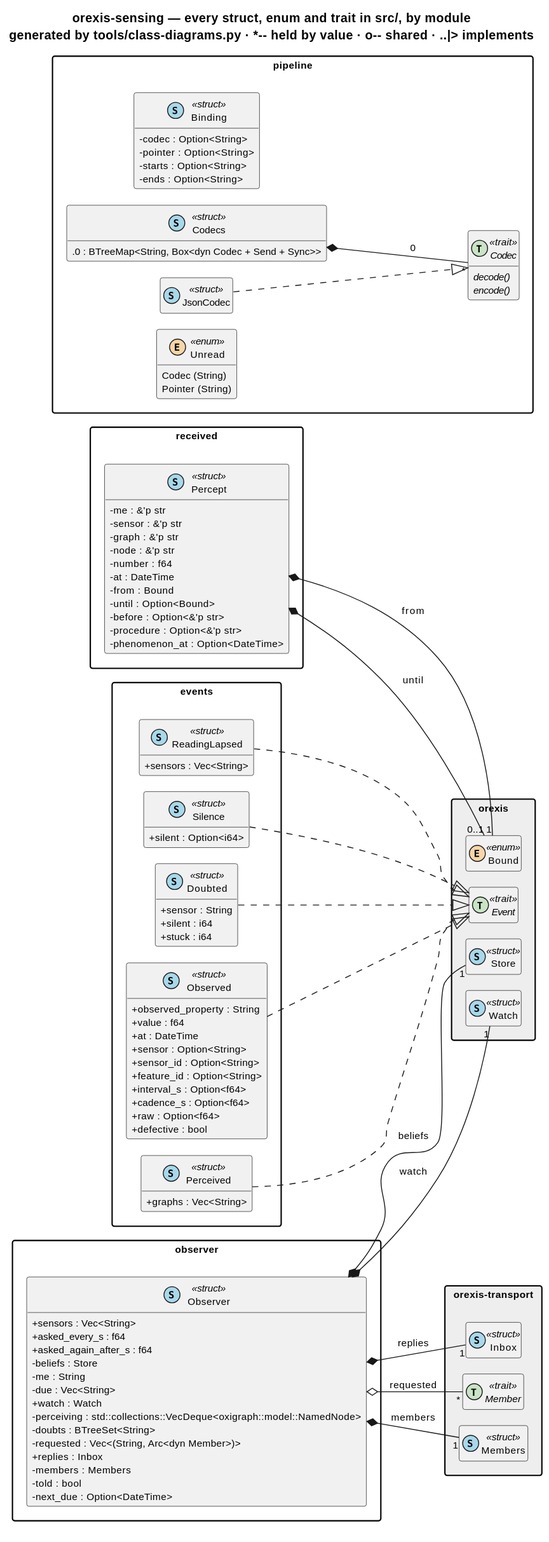
Before: knowledge/diagrams/package-orexis-sensing.svg, a diagram exported from PlantUML (ShishkinDmitriy/orexis).
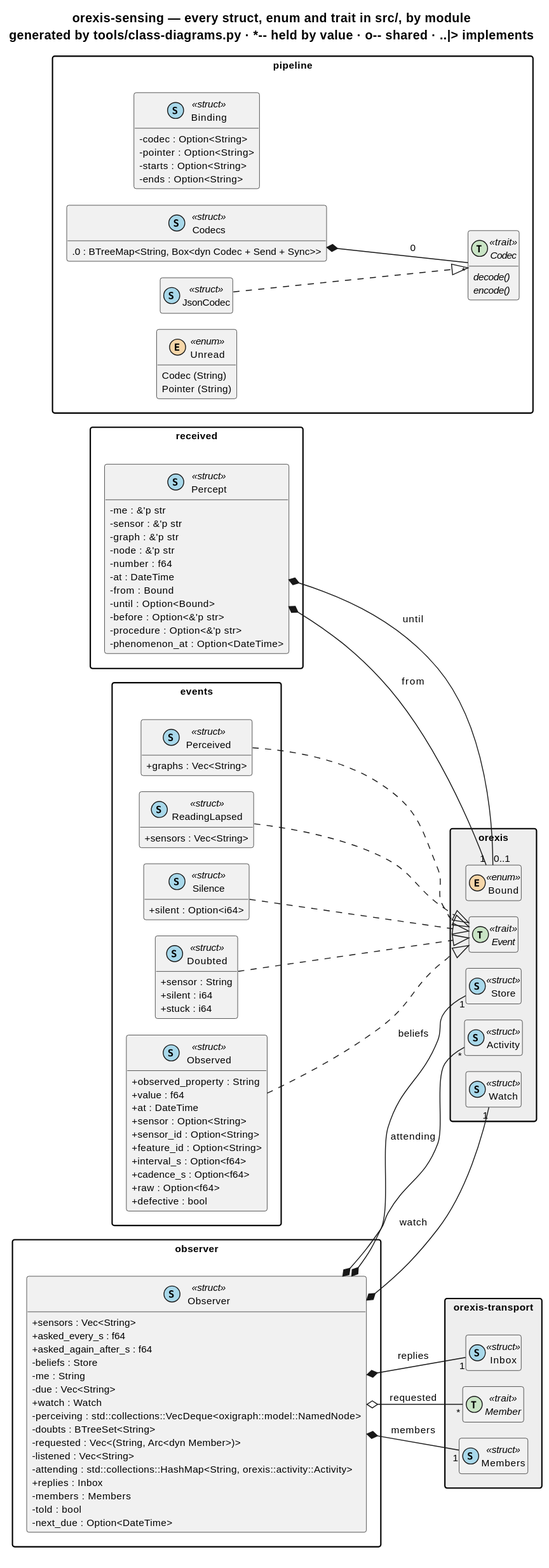
The same diagram one commit later.

Diff of the diagram source:
```diff
@@ -48,6 +48,8 @@
     {field} -perceiving : std::collections::VecDeque<oxigraph::model::NamedNode>
     {field} -doubts : BTreeSet<String>
     {field} -requested : Vec<(String, Arc<dyn Member>)>
+    {field} -listened : Vec<String>
+    {field} -attending : std::collections::HashMap<String, orexis::activity::Activity>
     {field} +replies : Inbox
     {field} -members : Members
     {field} -told : bool
@@ -92,6 +94,7 @@
 }
 
 package "orexis" #EEEEEE {
+  class "Activity" as orexis__activity__Activity << (S,#A8D8EA) struct >>
   interface "Event" as orexis__events__Event << (T,#C9E4C5) trait >>
   class "Watch" as orexis__events__Watch << (S,#A8D8EA) struct >>
   enum "Bound" as orexis__store__Bound << (E,#F6D6A8) enum >>
@@ -106,6 +109,7 @@
 orexis_sensing__observer__Observer *-- "1" orexis__store__Store : beliefs
 orexis_sensing__observer__Observer *-- "1" orexis__events__Watch : watch
 orexis_sensing__observer__Observer o-- "*" orexis_transport__member__Member : requested
+orexis_sensing__observer__Observer *-- "*" orexis__activity__Activity : attending
 orexis_sensing__observer__Observer *-- "1" orexis_transport__inbox__Inbox : replies
 orexis_sensing__observer__Observer *-- "1" orexis_transport__member__Members : members
 orexis_sensing__pipeline__Codecs *-- "*" orexis_sensing__pipeline__Codec : 0
```
